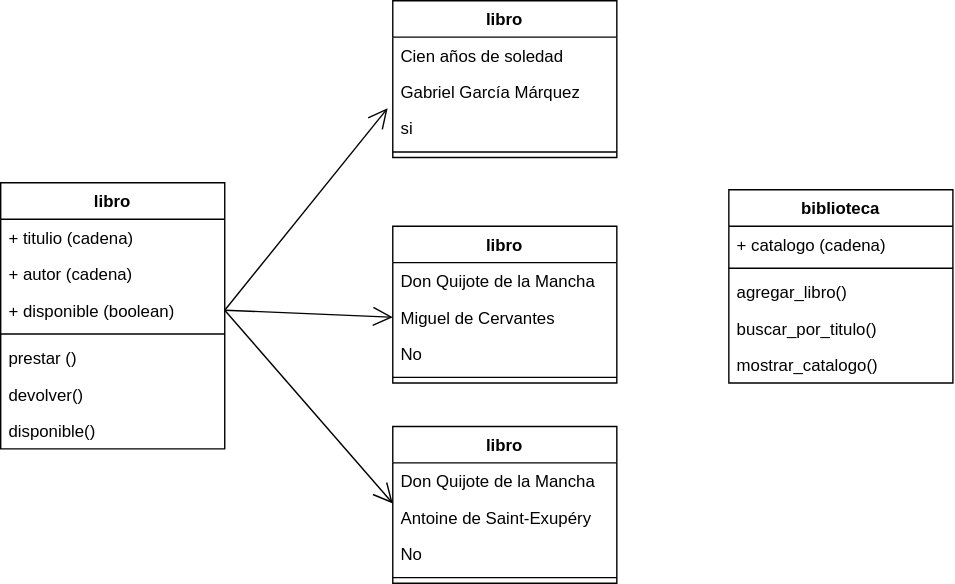
lexa-awsd/unidad3 keeps this draw.io diagram as libro.drawio.svg. Above is the earlier version. Source tidied: cells renumbered, new cells last; positions are measured from the earlier drawing's top-left corner, leaving out a move shared by most shapes. The source it was exported from:
```xml
<mxGraphModel>
  <root>
    <mxCell id="0" />
    <mxCell id="1" parent="0" />
    <mxCell id="2" value="libro" style="swimlane;fontStyle=1;align=center;verticalAlign=top;horizontal=1;startSize=26;whiteSpace=wrap;html=1;" parent="1" vertex="1">
      <mxGeometry y="130" width="160" height="190" as="geometry" />
    </mxCell>
    <mxCell id="3" value="+ titulio (cadena)" style="text;strokeColor=none;fillColor=none;align=left;verticalAlign=top;spacingLeft=4;spacingRight=4;overflow=hidden;whiteSpace=wrap;html=1;" parent="2" vertex="1">
      <mxGeometry y="26" width="160" height="26" as="geometry" />
    </mxCell>
    <mxCell id="4" value="+ autor (cadena)" style="text;strokeColor=none;fillColor=none;align=left;verticalAlign=top;spacingLeft=4;spacingRight=4;overflow=hidden;whiteSpace=wrap;html=1;" parent="2" vertex="1">
      <mxGeometry y="52" width="160" height="26" as="geometry" />
    </mxCell>
    <mxCell id="5" value="+ disponible (boolean)" style="text;strokeColor=none;fillColor=none;align=left;verticalAlign=top;spacingLeft=4;spacingRight=4;overflow=hidden;points=[[0,0.5],[1,0.5]];portConstraint=eastwest;whiteSpace=wrap;html=1;" parent="2" vertex="1">
      <mxGeometry y="78" width="160" height="26" as="geometry" />
    </mxCell>
    <mxCell id="6" style="line;strokeWidth=1;fillColor=none;align=left;verticalAlign=middle;spacingTop=-1;spacingLeft=3;spacingRight=3;labelPosition=right;strokeColor=inherit;" parent="2" vertex="1">
      <mxGeometry y="104" width="160" height="8" as="geometry" />
    </mxCell>
    <mxCell id="7" value="prestar ()" style="text;strokeColor=none;fillColor=none;align=left;verticalAlign=top;spacingLeft=4;spacingRight=4;overflow=hidden;whiteSpace=wrap;html=1;" parent="2" vertex="1">
      <mxGeometry y="112" width="160" height="26" as="geometry" />
    </mxCell>
    <mxCell id="8" value="devolver()" style="text;strokeColor=none;fillColor=none;align=left;verticalAlign=top;spacingLeft=4;spacingRight=4;overflow=hidden;whiteSpace=wrap;html=1;" parent="2" vertex="1">
      <mxGeometry y="138" width="160" height="26" as="geometry" />
    </mxCell>
    <mxCell id="9" value="disponible()" style="text;strokeColor=none;fillColor=none;align=left;verticalAlign=top;spacingLeft=4;spacingRight=4;overflow=hidden;whiteSpace=wrap;html=1;" parent="2" vertex="1">
      <mxGeometry y="164" width="160" height="26" as="geometry" />
    </mxCell>
    <mxCell id="10" value="libro" style="swimlane;fontStyle=1;align=center;verticalAlign=top;horizontal=1;startSize=26;whiteSpace=wrap;html=1;" parent="1" vertex="1">
      <mxGeometry x="280" width="160" height="112" as="geometry" />
    </mxCell>
    <mxCell id="11" value="Cien años de soledad" style="text;strokeColor=none;fillColor=none;align=left;verticalAlign=top;spacingLeft=4;spacingRight=4;overflow=hidden;whiteSpace=wrap;html=1;" parent="10" vertex="1">
      <mxGeometry y="26" width="160" height="26" as="geometry" />
    </mxCell>
    <mxCell id="12" value="Gabriel García Márquez" style="text;strokeColor=none;fillColor=none;align=left;verticalAlign=top;spacingLeft=4;spacingRight=4;overflow=hidden;whiteSpace=wrap;html=1;" parent="10" vertex="1">
      <mxGeometry y="52" width="160" height="26" as="geometry" />
    </mxCell>
    <mxCell id="13" value="si" style="text;strokeColor=none;fillColor=none;align=left;verticalAlign=top;spacingLeft=4;spacingRight=4;overflow=hidden;points=[[0,0.5],[1,0.5]];portConstraint=eastwest;whiteSpace=wrap;html=1;" parent="10" vertex="1">
      <mxGeometry y="78" width="160" height="26" as="geometry" />
    </mxCell>
    <mxCell id="14" style="line;strokeWidth=1;fillColor=none;align=left;verticalAlign=middle;spacingTop=-1;spacingLeft=3;spacingRight=3;labelPosition=right;strokeColor=inherit;" parent="10" vertex="1">
      <mxGeometry y="104" width="160" height="8" as="geometry" />
    </mxCell>
    <mxCell id="15" style="endArrow=open;endFill=1;endSize=12;html=1;rounded=0;exitX=1;exitY=0.5;exitDx=0;exitDy=0;entryX=-0.023;entryY=-0.048;entryDx=0;entryDy=0;entryPerimeter=0;" parent="1" edge="1" source="5" target="13">
      <mxGeometry relative="1" as="geometry" />
    </mxCell>
    <mxCell id="16" value="libro" style="swimlane;fontStyle=1;align=center;verticalAlign=top;horizontal=1;startSize=26;whiteSpace=wrap;html=1;" parent="1" vertex="1">
      <mxGeometry x="280" y="161" width="160" height="112" as="geometry" />
    </mxCell>
    <mxCell id="17" value="Don Quijote de la Mancha" style="text;strokeColor=none;fillColor=none;align=left;verticalAlign=top;spacingLeft=4;spacingRight=4;overflow=hidden;whiteSpace=wrap;html=1;" parent="16" vertex="1">
      <mxGeometry y="26" width="160" height="26" as="geometry" />
    </mxCell>
    <mxCell id="18" value="Miguel de Cervantes" style="text;strokeColor=none;fillColor=none;align=left;verticalAlign=top;spacingLeft=4;spacingRight=4;overflow=hidden;points=[[0,0.5],[1,0.5]];portConstraint=eastwest;whiteSpace=wrap;html=1;" parent="16" vertex="1">
      <mxGeometry y="52" width="160" height="26" as="geometry" />
    </mxCell>
    <mxCell id="19" value="No" style="text;strokeColor=none;fillColor=none;align=left;verticalAlign=top;spacingLeft=4;spacingRight=4;overflow=hidden;whiteSpace=wrap;html=1;" parent="16" vertex="1">
      <mxGeometry y="78" width="160" height="26" as="geometry" />
    </mxCell>
    <mxCell id="20" style="line;strokeWidth=1;fillColor=none;align=left;verticalAlign=middle;spacingTop=-1;spacingLeft=3;spacingRight=3;labelPosition=right;strokeColor=inherit;" parent="16" vertex="1">
      <mxGeometry y="104" width="160" height="8" as="geometry" />
    </mxCell>
    <mxCell id="21" style="endArrow=open;endFill=1;endSize=12;html=1;rounded=0;exitX=1;exitY=0.5;exitDx=0;exitDy=0;entryX=0;entryY=0.5;entryDx=0;entryDy=0;" parent="1" edge="1" source="5" target="18">
      <mxGeometry relative="1" as="geometry" />
    </mxCell>
    <mxCell id="22" value="biblioteca" style="swimlane;fontStyle=1;align=center;verticalAlign=top;horizontal=1;startSize=26;whiteSpace=wrap;html=1;" parent="1" vertex="1">
      <mxGeometry x="520" y="135" width="160" height="138" as="geometry" />
    </mxCell>
    <mxCell id="23" value="+ catalogo (cadena)" style="text;strokeColor=none;fillColor=none;align=left;verticalAlign=top;spacingLeft=4;spacingRight=4;overflow=hidden;whiteSpace=wrap;html=1;" parent="22" vertex="1">
      <mxGeometry y="26" width="160" height="26" as="geometry" />
    </mxCell>
    <mxCell id="24" style="line;strokeWidth=1;fillColor=none;align=left;verticalAlign=middle;spacingTop=-1;spacingLeft=3;spacingRight=3;labelPosition=right;strokeColor=inherit;" parent="22" vertex="1">
      <mxGeometry y="52" width="160" height="8" as="geometry" />
    </mxCell>
    <mxCell id="25" value="agregar_libro()" style="text;strokeColor=none;fillColor=none;align=left;verticalAlign=top;spacingLeft=4;spacingRight=4;overflow=hidden;points=[[0,0.5],[1,0.5]];portConstraint=eastwest;whiteSpace=wrap;html=1;" parent="22" vertex="1">
      <mxGeometry y="60" width="160" height="26" as="geometry" />
    </mxCell>
    <mxCell id="26" value="buscar_por_titulo()" style="text;strokeColor=none;fillColor=none;align=left;verticalAlign=top;spacingLeft=4;spacingRight=4;overflow=hidden;whiteSpace=wrap;html=1;" parent="22" vertex="1">
      <mxGeometry y="86" width="160" height="26" as="geometry" />
    </mxCell>
    <mxCell id="27" value="mostrar_catalogo()" style="text;strokeColor=none;fillColor=none;align=left;verticalAlign=top;spacingLeft=4;spacingRight=4;overflow=hidden;whiteSpace=wrap;html=1;" parent="22" vertex="1">
      <mxGeometry y="112" width="160" height="26" as="geometry" />
    </mxCell>
    <mxCell id="28" value="libro" style="swimlane;fontStyle=1;align=center;verticalAlign=top;horizontal=1;startSize=26;whiteSpace=wrap;html=1;" parent="1" vertex="1">
      <mxGeometry x="280" y="304" width="160" height="112" as="geometry" />
    </mxCell>
    <mxCell id="29" value="Don Quijote de la Mancha" style="text;strokeColor=none;fillColor=none;align=left;verticalAlign=top;spacingLeft=4;spacingRight=4;overflow=hidden;whiteSpace=wrap;html=1;" parent="28" vertex="1">
      <mxGeometry y="26" width="160" height="26" as="geometry" />
    </mxCell>
    <mxCell id="30" value="Antoine de Saint‑Exupéry" style="text;strokeColor=none;fillColor=none;align=left;verticalAlign=top;spacingLeft=4;spacingRight=4;overflow=hidden;points=[[0,0.5],[1,0.5]];portConstraint=eastwest;whiteSpace=wrap;html=1;" parent="28" vertex="1">
      <mxGeometry y="52" width="160" height="26" as="geometry" />
    </mxCell>
    <mxCell id="31" value="No" style="text;strokeColor=none;fillColor=none;align=left;verticalAlign=top;spacingLeft=4;spacingRight=4;overflow=hidden;whiteSpace=wrap;html=1;" parent="28" vertex="1">
      <mxGeometry y="78" width="160" height="26" as="geometry" />
    </mxCell>
    <mxCell id="32" style="line;strokeWidth=1;fillColor=none;align=left;verticalAlign=middle;spacingTop=-1;spacingLeft=3;spacingRight=3;labelPosition=right;strokeColor=inherit;" parent="28" vertex="1">
      <mxGeometry y="104" width="160" height="8" as="geometry" />
    </mxCell>
    <mxCell id="33" style="endArrow=open;endFill=1;endSize=12;html=1;rounded=0;exitX=1;exitY=0.5;exitDx=0;exitDy=0;entryX=0;entryY=0.115;entryDx=0;entryDy=0;entryPerimeter=0;" parent="1" edge="1" source="5" target="30">
      <mxGeometry relative="1" as="geometry" />
    </mxCell>
  </root>
</mxGraphModel>
```
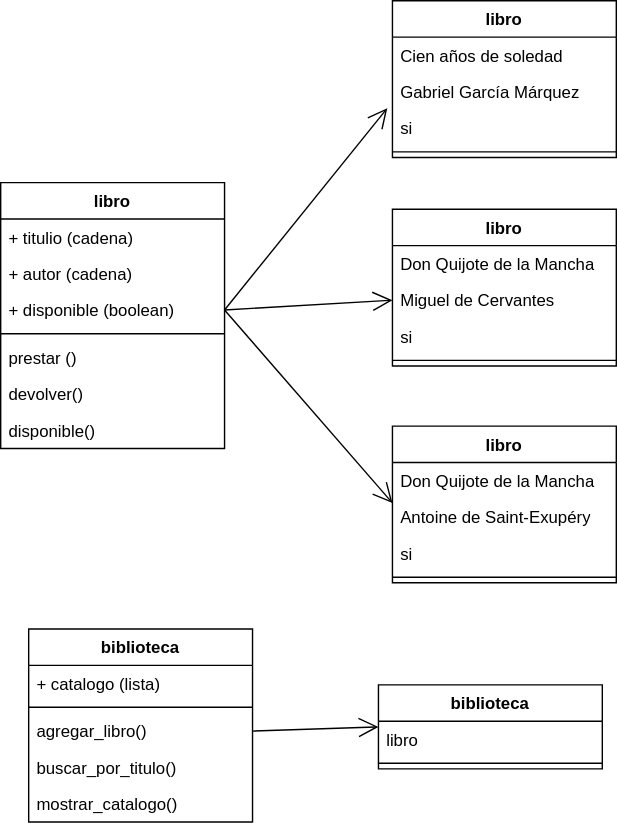
After the commit.

The edit, as a diff of the source:
```diff
@@ -45,7 +45,7 @@
       <mxGeometry relative="1" as="geometry" />
     </mxCell>
     <mxCell id="16" value="libro" style="swimlane;fontStyle=1;align=center;verticalAlign=top;horizontal=1;startSize=26;whiteSpace=wrap;html=1;" parent="1" vertex="1">
-      <mxGeometry x="280" y="161" width="160" height="112" as="geometry" />
+      <mxGeometry x="280" y="149" width="160" height="112" as="geometry" />
     </mxCell>
     <mxCell id="17" value="Don Quijote de la Mancha" style="text;strokeColor=none;fillColor=none;align=left;verticalAlign=top;spacingLeft=4;spacingRight=4;overflow=hidden;whiteSpace=wrap;html=1;" parent="16" vertex="1">
       <mxGeometry y="26" width="160" height="26" as="geometry" />
@@ -53,7 +53,7 @@
     <mxCell id="18" value="Miguel de Cervantes" style="text;strokeColor=none;fillColor=none;align=left;verticalAlign=top;spacingLeft=4;spacingRight=4;overflow=hidden;points=[[0,0.5],[1,0.5]];portConstraint=eastwest;whiteSpace=wrap;html=1;" parent="16" vertex="1">
       <mxGeometry y="52" width="160" height="26" as="geometry" />
     </mxCell>
-    <mxCell id="19" value="No" style="text;strokeColor=none;fillColor=none;align=left;verticalAlign=top;spacingLeft=4;spacingRight=4;overflow=hidden;whiteSpace=wrap;html=1;" parent="16" vertex="1">
+    <mxCell id="19" value="si" style="text;strokeColor=none;fillColor=none;align=left;verticalAlign=top;spacingLeft=4;spacingRight=4;overflow=hidden;whiteSpace=wrap;html=1;" parent="16" vertex="1">
       <mxGeometry y="78" width="160" height="26" as="geometry" />
     </mxCell>
     <mxCell id="20" style="line;strokeWidth=1;fillColor=none;align=left;verticalAlign=middle;spacingTop=-1;spacingLeft=3;spacingRight=3;labelPosition=right;strokeColor=inherit;" parent="16" vertex="1">
@@ -63,9 +63,9 @@
       <mxGeometry relative="1" as="geometry" />
     </mxCell>
     <mxCell id="22" value="biblioteca" style="swimlane;fontStyle=1;align=center;verticalAlign=top;horizontal=1;startSize=26;whiteSpace=wrap;html=1;" parent="1" vertex="1">
-      <mxGeometry x="520" y="135" width="160" height="138" as="geometry" />
+      <mxGeometry x="20" y="449" width="160" height="138" as="geometry" />
     </mxCell>
-    <mxCell id="23" value="+ catalogo (cadena)" style="text;strokeColor=none;fillColor=none;align=left;verticalAlign=top;spacingLeft=4;spacingRight=4;overflow=hidden;whiteSpace=wrap;html=1;" parent="22" vertex="1">
+    <mxCell id="23" value="+ catalogo (lista)" style="text;strokeColor=none;fillColor=none;align=left;verticalAlign=top;spacingLeft=4;spacingRight=4;overflow=hidden;whiteSpace=wrap;html=1;" parent="22" vertex="1">
       <mxGeometry y="26" width="160" height="26" as="geometry" />
     </mxCell>
     <mxCell id="24" style="line;strokeWidth=1;fillColor=none;align=left;verticalAlign=middle;spacingTop=-1;spacingLeft=3;spacingRight=3;labelPosition=right;strokeColor=inherit;" parent="22" vertex="1">
@@ -89,7 +89,7 @@
     <mxCell id="30" value="Antoine de Saint‑Exupéry" style="text;strokeColor=none;fillColor=none;align=left;verticalAlign=top;spacingLeft=4;spacingRight=4;overflow=hidden;points=[[0,0.5],[1,0.5]];portConstraint=eastwest;whiteSpace=wrap;html=1;" parent="28" vertex="1">
       <mxGeometry y="52" width="160" height="26" as="geometry" />
     </mxCell>
-    <mxCell id="31" value="No" style="text;strokeColor=none;fillColor=none;align=left;verticalAlign=top;spacingLeft=4;spacingRight=4;overflow=hidden;whiteSpace=wrap;html=1;" parent="28" vertex="1">
+    <mxCell id="31" value="si" style="text;strokeColor=none;fillColor=none;align=left;verticalAlign=top;spacingLeft=4;spacingRight=4;overflow=hidden;whiteSpace=wrap;html=1;" parent="28" vertex="1">
       <mxGeometry y="78" width="160" height="26" as="geometry" />
     </mxCell>
     <mxCell id="32" style="line;strokeWidth=1;fillColor=none;align=left;verticalAlign=middle;spacingTop=-1;spacingLeft=3;spacingRight=3;labelPosition=right;strokeColor=inherit;" parent="28" vertex="1">
@@ -98,5 +98,17 @@
     <mxCell id="33" style="endArrow=open;endFill=1;endSize=12;html=1;rounded=0;exitX=1;exitY=0.5;exitDx=0;exitDy=0;entryX=0;entryY=0.115;entryDx=0;entryDy=0;entryPerimeter=0;" parent="1" edge="1" source="5" target="30">
       <mxGeometry relative="1" as="geometry" />
     </mxCell>
+    <mxCell id="34" value="biblioteca" style="swimlane;fontStyle=1;align=center;verticalAlign=top;horizontal=1;startSize=26;whiteSpace=wrap;html=1;" parent="1" vertex="1">
+      <mxGeometry x="270" y="489" width="160" height="60" as="geometry" />
+    </mxCell>
+    <mxCell id="35" value="libro" style="text;strokeColor=none;fillColor=none;align=left;verticalAlign=top;spacingLeft=4;spacingRight=4;overflow=hidden;points=[[0,0.5],[1,0.5]];portConstraint=eastwest;whiteSpace=wrap;html=1;" parent="34" vertex="1">
+      <mxGeometry y="26" width="160" height="26" as="geometry" />
+    </mxCell>
+    <mxCell id="36" style="line;strokeWidth=1;fillColor=none;align=left;verticalAlign=middle;spacingTop=-1;spacingLeft=3;spacingRight=3;labelPosition=right;strokeColor=inherit;" parent="34" vertex="1">
+      <mxGeometry y="52" width="160" height="8" as="geometry" />
+    </mxCell>
+    <mxCell id="37" style="endArrow=open;endFill=1;endSize=12;html=1;rounded=0;exitX=1;exitY=0.5;exitDx=0;exitDy=0;entryX=0;entryY=0.154;entryDx=0;entryDy=0;entryPerimeter=0;" parent="1" edge="1" source="25" target="35">
+      <mxGeometry relative="1" as="geometry" />
+    </mxCell>
   </root>
 </mxGraphModel>
```
